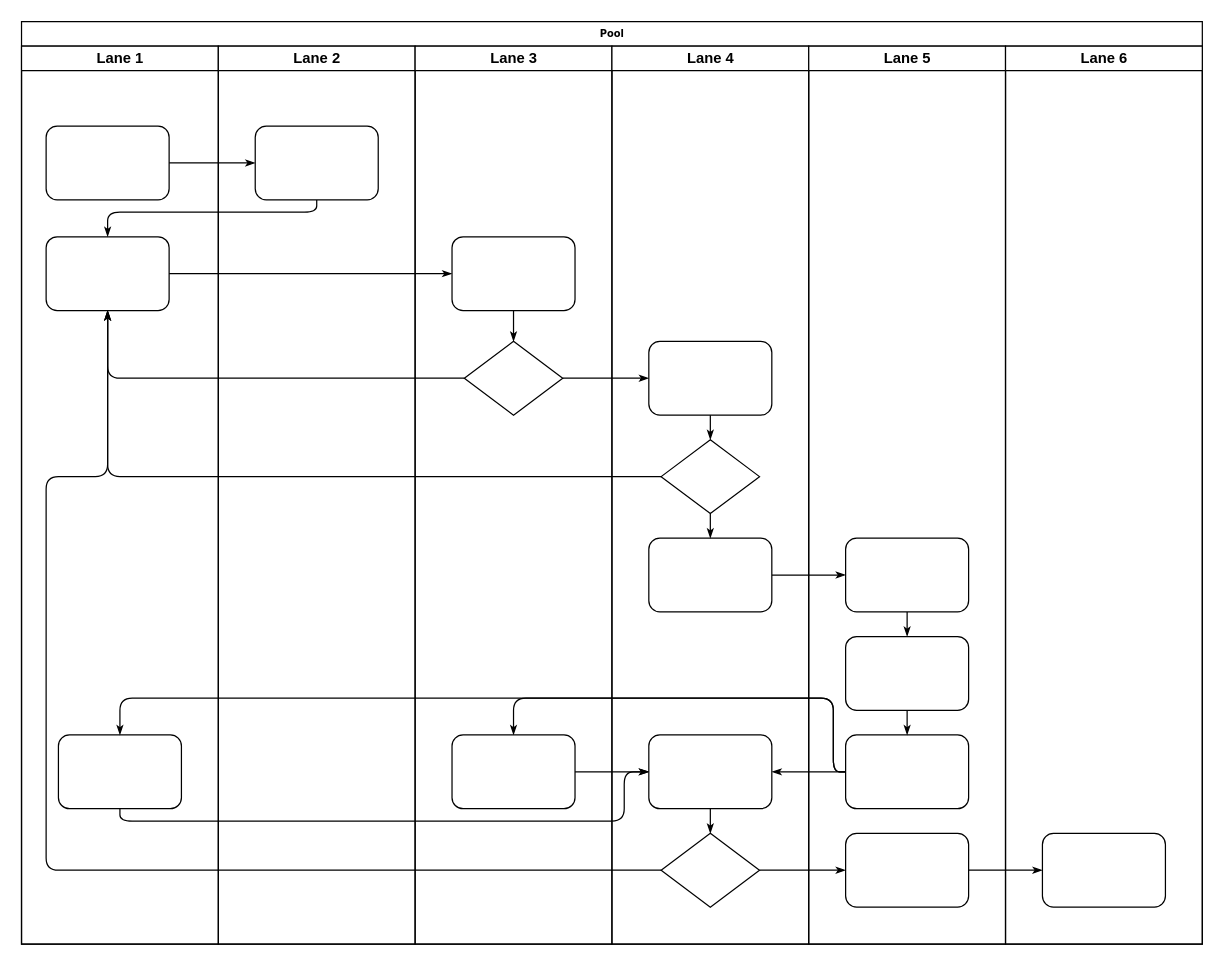
Before: 分销消费续期mq流程图.drawio in aljg1999/flowchart, a draw.io diagram. Source tidied: cells renumbered, new cells numbered last; positions are measured from the earlier drawing's top-left corner, leaving out a move shared by most shapes. Both pictures are drawn from the tidied source at 123%, with x=0, y=0 at pixel (21, 21).
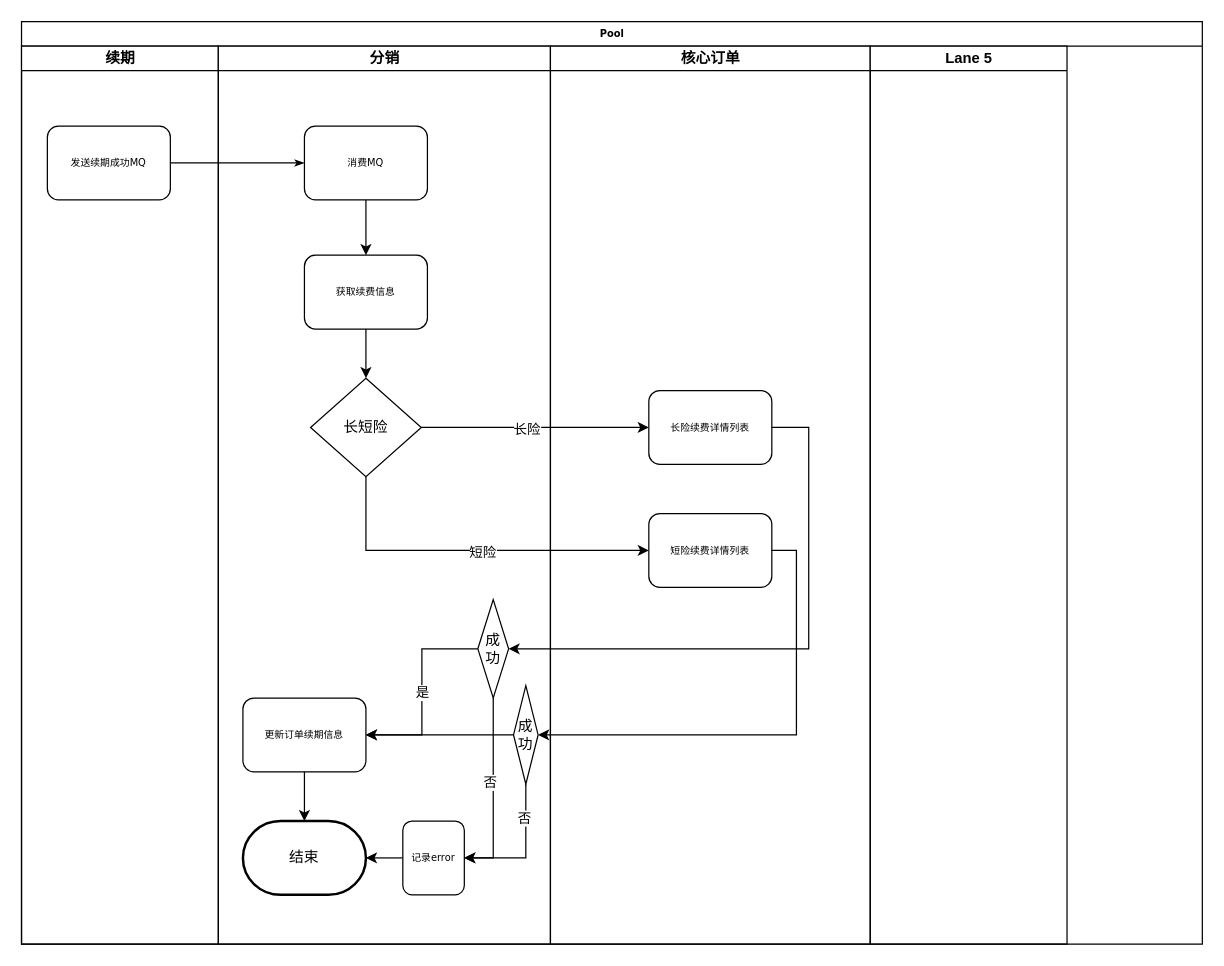
After the change.

Commit message:
Update 分销消费续期mq流程图.drawio

Unchanged cells that the change refers to:
```xml
<mxCell id="2" value="Pool" style="swimlane;html=1;startSize=20;rounded=0;shadow=0;labelBackgroundColor=none;strokeWidth=1;fontFamily=Verdana;fontSize=8;align=center;" parent="1" vertex="1">
  <mxGeometry width="960" height="750" as="geometry" />
</mxCell>
```

The edit, as a diff of the source:
```diff
@@
-    <mxCell id="3" value="Lane 1" style="swimlane;html=1;startSize=20;" parent="2" vertex="1">
+    <mxCell id="3" value="续期" style="swimlane;html=1;startSize=20;" parent="2" vertex="1">
       <mxGeometry y="20" width="160" height="730" as="geometry" />
     </mxCell>
-    <mxCell id="4" style="rounded=1;whiteSpace=wrap;html=1;shadow=0;labelBackgroundColor=none;strokeWidth=1;fontFamily=Verdana;fontSize=8;align=center;" parent="3" vertex="1">
-      <mxGeometry x="20" y="65" width="100" height="60" as="geometry" />
+    <mxCell id="4" value="发送续期成功MQ" style="rounded=1;whiteSpace=wrap;html=1;shadow=0;labelBackgroundColor=none;strokeWidth=1;fontFamily=Verdana;fontSize=8;align=center;" parent="3" vertex="1">
+      <mxGeometry x="21" y="65" width="100" height="60" as="geometry" />
     </mxCell>
+    <mxCell id="7" style="edgeStyle=orthogonalEdgeStyle;rounded=1;html=1;labelBackgroundColor=none;startArrow=none;startFill=0;startSize=5;endArrow=classicThin;endFill=1;endSize=5;jettySize=auto;strokeWidth=1;fontFamily=Verdana;fontSize=8;" parent="2" edge="1" source="4" target="23">
+      <mxGeometry relative="1" as="geometry" />
+    </mxCell>
+    <mxCell id="22" value="分销" style="swimlane;html=1;startSize=20;" parent="2" vertex="1">
+      <mxGeometry x="160" y="20" width="270" height="730" as="geometry" />
+    </mxCell>
+    <mxCell id="8" style="edgeStyle=orthogonalEdgeStyle;rounded=0;jettySize=auto;html=1;exitX=0.5;exitY=1;exitDx=0;exitDy=0;entryX=0.5;entryY=0;entryDx=0;entryDy=0;" parent="22" edge="1" source="23" target="5">
+      <mxGeometry relative="1" as="geometry" />
+    </mxCell>
+    <mxCell id="23" value="消费MQ" style="rounded=1;whiteSpace=wrap;html=1;shadow=0;labelBackgroundColor=none;strokeWidth=1;fontFamily=Verdana;fontSize=8;align=center;" parent="22" vertex="1">
+      <mxGeometry x="70" y="65" width="100" height="60" as="geometry" />
+    </mxCell>
+    <mxCell id="47" style="edgeStyle=orthogonalEdgeStyle;rounded=0;jettySize=auto;html=1;exitX=0.5;exitY=1;exitDx=0;exitDy=0;" parent="22" edge="1" source="5" target="48">
+      <mxGeometry relative="1" as="geometry" />
+    </mxCell>
-    <mxCell id="5" style="rounded=1;whiteSpace=wrap;html=1;shadow=0;labelBackgroundColor=none;strokeWidth=1;fontFamily=Verdana;fontSize=8;align=center;" parent="3" vertex="1">
-      <mxGeometry x="20" y="155" width="100" height="60" as="geometry" />
+    <mxCell id="5" value="获取续费信息" style="rounded=1;whiteSpace=wrap;html=1;shadow=0;labelBackgroundColor=none;strokeWidth=1;fontFamily=Verdana;fontSize=8;align=center;" parent="22" vertex="1">
+      <mxGeometry x="70" y="170" width="100" height="60" as="geometry" />
     </mxCell>
-    <mxCell id="6" style="rounded=1;whiteSpace=wrap;html=1;shadow=0;labelBackgroundColor=none;strokeWidth=1;fontFamily=Verdana;fontSize=8;align=center;" parent="3" vertex="1">
-      <mxGeometry x="30" y="560" width="100" height="60" as="geometry" />
-    </mxCell>
-    <mxCell id="7" style="edgeStyle=orthogonalEdgeStyle;rounded=1;html=1;labelBackgroundColor=none;startArrow=none;startFill=0;startSize=5;endArrow=classicThin;endFill=1;endSize=5;jettySize=auto;strokeWidth=1;fontFamily=Verdana;fontSize=8;" parent="2" edge="1" source="4" target="23">
-      <mxGeometry relative="1" as="geometry" />
-    </mxCell>
-    <mxCell id="8" style="edgeStyle=orthogonalEdgeStyle;rounded=1;html=1;labelBackgroundColor=none;startArrow=none;startFill=0;startSize=5;endArrow=classicThin;endFill=1;endSize=5;jettySize=auto;strokeWidth=1;fontFamily=Verdana;fontSize=8;" parent="2" edge="1" source="23" target="5">
-      <mxGeometry relative="1" as="geometry">
-        <Array as="points">
-          <mxPoint x="240" y="155" />
-          <mxPoint x="70" y="155" />
-        </Array>
-      </mxGeometry>
-    </mxCell>
-    <mxCell id="9" style="edgeStyle=orthogonalEdgeStyle;rounded=1;html=1;labelBackgroundColor=none;startArrow=none;startFill=0;startSize=5;endArrow=classicThin;endFill=1;endSize=5;jettySize=auto;strokeWidth=1;fontFamily=Verdana;fontSize=8;" parent="2" edge="1" source="5" target="25">
-      <mxGeometry relative="1" as="geometry" />
-    </mxCell>
-    <mxCell id="10" style="edgeStyle=orthogonalEdgeStyle;rounded=1;html=1;labelBackgroundColor=none;startArrow=none;startFill=0;startSize=5;endArrow=classicThin;endFill=1;endSize=5;jettySize=auto;strokeWidth=1;fontFamily=Verdana;fontSize=8;" parent="2" edge="1" source="26" target="5">
-      <mxGeometry relative="1" as="geometry" />
-    </mxCell>
-    <mxCell id="11" style="edgeStyle=orthogonalEdgeStyle;rounded=1;html=1;labelBackgroundColor=none;startArrow=none;startFill=0;startSize=5;endArrow=classicThin;endFill=1;endSize=5;jettySize=auto;strokeWidth=1;fontFamily=Verdana;fontSize=8;" parent="2" edge="1" source="31" target="5">
-      <mxGeometry relative="1" as="geometry" />
-    </mxCell>
-    <mxCell id="12" style="edgeStyle=orthogonalEdgeStyle;rounded=1;html=1;labelBackgroundColor=none;startArrow=none;startFill=0;startSize=5;endArrow=classicThin;endFill=1;endSize=5;jettySize=auto;strokeWidth=1;fontFamily=Verdana;fontSize=8;" parent="2" edge="1" source="34" target="5">
-      <mxGeometry relative="1" as="geometry">
-        <Array as="points">
-          <mxPoint x="20" y="690" />
-          <mxPoint x="20" y="370" />
-          <mxPoint x="70" y="370" />
-        </Array>
-      </mxGeometry>
-    </mxCell>
-    <mxCell id="13" style="edgeStyle=orthogonalEdgeStyle;rounded=1;html=1;labelBackgroundColor=none;startArrow=none;startFill=0;startSize=5;endArrow=classicThin;endFill=1;endSize=5;jettySize=auto;strokeWidth=1;fontFamily=Verdana;fontSize=8;" parent="2" edge="1" source="26" target="30">
-      <mxGeometry relative="1" as="geometry" />
-    </mxCell>
-    <mxCell id="14" style="edgeStyle=orthogonalEdgeStyle;rounded=1;html=1;labelBackgroundColor=none;startArrow=none;startFill=0;startSize=5;endArrow=classicThin;endFill=1;endSize=5;jettySize=auto;strokeWidth=1;fontFamily=Verdana;fontSize=8;" parent="2" edge="1" source="34" target="42">
-      <mxGeometry relative="1" as="geometry" />
-    </mxCell>
-    <mxCell id="15" style="edgeStyle=orthogonalEdgeStyle;rounded=1;html=1;labelBackgroundColor=none;startArrow=none;startFill=0;startSize=5;endArrow=classicThin;endFill=1;endSize=5;jettySize=auto;strokeWidth=1;fontFamily=Verdana;fontSize=8;" parent="2" edge="1" source="42" target="46">
-      <mxGeometry relative="1" as="geometry" />
-    </mxCell>
-    <mxCell id="16" style="edgeStyle=orthogonalEdgeStyle;rounded=1;html=1;labelBackgroundColor=none;startArrow=none;startFill=0;startSize=5;endArrow=classicThin;endFill=1;endSize=5;jettySize=auto;strokeWidth=1;fontFamily=Verdana;fontSize=8;" parent="2" edge="1" source="32" target="39">
-      <mxGeometry relative="1" as="geometry" />
-    </mxCell>
-    <mxCell id="17" style="edgeStyle=orthogonalEdgeStyle;rounded=1;html=1;labelBackgroundColor=none;startArrow=none;startFill=0;startSize=5;endArrow=classicThin;endFill=1;endSize=5;jettySize=auto;strokeWidth=1;fontFamily=Verdana;fontSize=8;" parent="2" edge="1" source="41" target="27">
-      <mxGeometry relative="1" as="geometry">
-        <Array as="points">
-          <mxPoint x="660" y="610" />
-          <mxPoint x="660" y="550" />
-          <mxPoint x="400" y="550" />
-        </Array>
-      </mxGeometry>
-    </mxCell>
-    <mxCell id="18" style="edgeStyle=orthogonalEdgeStyle;rounded=1;html=1;labelBackgroundColor=none;startArrow=none;startFill=0;startSize=5;endArrow=classicThin;endFill=1;endSize=5;jettySize=auto;strokeColor=#000000;strokeWidth=1;fontFamily=Verdana;fontSize=8;fontColor=#000000;" parent="2" edge="1" source="41" target="33">
-      <mxGeometry relative="1" as="geometry" />
-    </mxCell>
-    <mxCell id="19" style="edgeStyle=orthogonalEdgeStyle;rounded=1;html=1;labelBackgroundColor=none;startArrow=none;startFill=0;startSize=5;endArrow=classicThin;endFill=1;endSize=5;jettySize=auto;strokeWidth=1;fontFamily=Verdana;fontSize=8;" parent="2" edge="1" source="41" target="6">
-      <mxGeometry relative="1" as="geometry">
-        <Array as="points">
-          <mxPoint x="660" y="610" />
-          <mxPoint x="660" y="550" />
-          <mxPoint x="80" y="550" />
-        </Array>
-      </mxGeometry>
-    </mxCell>
-    <mxCell id="20" style="edgeStyle=orthogonalEdgeStyle;rounded=1;html=1;labelBackgroundColor=none;startArrow=none;startFill=0;startSize=5;endArrow=classicThin;endFill=1;endSize=5;jettySize=auto;strokeWidth=1;fontFamily=Verdana;fontSize=8;" parent="2" edge="1" source="6" target="33">
-      <mxGeometry relative="1" as="geometry">
-        <Array as="points">
-          <mxPoint x="80" y="650" />
-          <mxPoint x="490" y="650" />
-          <mxPoint x="490" y="610" />
-        </Array>
-      </mxGeometry>
-    </mxCell>
-    <mxCell id="21" style="edgeStyle=orthogonalEdgeStyle;rounded=1;html=1;labelBackgroundColor=none;startArrow=none;startFill=0;startSize=5;endArrow=classicThin;endFill=1;endSize=5;jettySize=auto;strokeWidth=1;fontFamily=Verdana;fontSize=8;" parent="2" edge="1" source="27" target="33">
-      <mxGeometry relative="1" as="geometry" />
-    </mxCell>
-    <mxCell id="22" value="Lane 2" style="swimlane;html=1;startSize=20;" parent="2" vertex="1">
-      <mxGeometry x="160" y="20" width="160" height="730" as="geometry" />
-    </mxCell>
-    <mxCell id="23" style="rounded=1;whiteSpace=wrap;html=1;shadow=0;labelBackgroundColor=none;strokeWidth=1;fontFamily=Verdana;fontSize=8;align=center;" parent="22" vertex="1">
-      <mxGeometry x="30" y="65" width="100" height="60" as="geometry" />
-    </mxCell>
+    <mxCell id="48" value="长短险" style="rhombus;whiteSpace=wrap;html=1;" parent="22" vertex="1">
+      <mxGeometry x="75" y="270" width="90" height="80" as="geometry" />
+    </mxCell>
+    <mxCell id="49" style="edgeStyle=orthogonalEdgeStyle;rounded=0;jettySize=auto;html=1;exitX=0.5;exitY=1;exitDx=0;exitDy=0;" parent="22" edge="1" source="50" target="51">
+      <mxGeometry relative="1" as="geometry" />
+    </mxCell>
+    <mxCell id="50" value="更新订单续期信息" style="rounded=1;whiteSpace=wrap;html=1;shadow=0;labelBackgroundColor=none;strokeWidth=1;fontFamily=Verdana;fontSize=8;align=center;" parent="22" vertex="1">
+      <mxGeometry x="20" y="530" width="100" height="60" as="geometry" />
+    </mxCell>
+    <mxCell id="51" value="结束" style="strokeWidth=2;html=1;shape=mxgraph.flowchart.terminator;whiteSpace=wrap;" parent="22" vertex="1">
+      <mxGeometry x="20" y="630" width="100" height="60" as="geometry" />
+    </mxCell>
+    <mxCell id="52" value="是" style="edgeStyle=orthogonalEdgeStyle;rounded=0;jettySize=auto;html=1;exitX=0;exitY=0.5;exitDx=0;exitDy=0;entryX=1;entryY=0.5;entryDx=0;entryDy=0;" parent="22" edge="1" source="55" target="50">
+      <mxGeometry relative="1" as="geometry" />
+    </mxCell>
+    <mxCell id="53" style="edgeStyle=orthogonalEdgeStyle;rounded=0;jettySize=auto;html=1;exitX=0.5;exitY=1;exitDx=0;exitDy=0;entryX=1;entryY=0.5;entryDx=0;entryDy=0;" parent="22" edge="1" source="55" target="60">
+      <mxGeometry relative="1" as="geometry" />
+    </mxCell>
+    <mxCell id="54" value="否" style="edgeLabel;html=1;align=center;verticalAlign=middle;" parent="53" vertex="1">
+      <mxGeometry x="-0.11" y="-3" relative="1" as="geometry" />
+    </mxCell>
+    <mxCell id="55" value="成功" style="rhombus;whiteSpace=wrap;html=1;" parent="22" vertex="1">
+      <mxGeometry x="211" y="450" width="25" height="80" as="geometry" />
+    </mxCell>
+    <mxCell id="56" style="edgeStyle=orthogonalEdgeStyle;rounded=0;jettySize=auto;html=1;exitX=0.5;exitY=1;exitDx=0;exitDy=0;entryX=1;entryY=0.5;entryDx=0;entryDy=0;" parent="22" edge="1" source="58" target="60">
+      <mxGeometry relative="1" as="geometry" />
+    </mxCell>
+    <mxCell id="57" value="否" style="edgeLabel;html=1;align=center;verticalAlign=middle;" parent="56" vertex="1">
+      <mxGeometry x="-0.51" y="-2" relative="1" as="geometry" />
+    </mxCell>
+    <mxCell id="58" value="成功" style="rhombus;whiteSpace=wrap;html=1;" parent="22" vertex="1">
+      <mxGeometry x="240" y="520" width="20" height="80" as="geometry" />
+    </mxCell>
+    <mxCell id="59" style="edgeStyle=orthogonalEdgeStyle;rounded=0;jettySize=auto;html=1;exitX=0;exitY=0.5;exitDx=0;exitDy=0;entryX=1;entryY=0.5;entryDx=0;entryDy=0;entryPerimeter=0;" parent="22" edge="1" source="60" target="51">
+      <mxGeometry relative="1" as="geometry" />
+    </mxCell>
+    <mxCell id="60" value="记录error" style="rounded=1;whiteSpace=wrap;html=1;shadow=0;labelBackgroundColor=none;strokeWidth=1;fontFamily=Verdana;fontSize=8;align=center;" parent="22" vertex="1">
+      <mxGeometry x="150" y="630" width="50" height="60" as="geometry" />
+    </mxCell>
-    <mxCell id="24" value="Lane 3" style="swimlane;html=1;startSize=20;" parent="2" vertex="1">
-      <mxGeometry x="320" y="20" width="160" height="730" as="geometry" />
+    <mxCell id="24" value="核心订单" style="swimlane;html=1;startSize=20;" parent="2" vertex="1">
+      <mxGeometry x="430" y="20" width="260" height="730" as="geometry" />
     </mxCell>
-    <mxCell id="25" style="rounded=1;whiteSpace=wrap;html=1;shadow=0;labelBackgroundColor=none;strokeWidth=1;fontFamily=Verdana;fontSize=8;align=center;" parent="24" vertex="1">
-      <mxGeometry x="30" y="155" width="100" height="60" as="geometry" />
+    <mxCell id="25" value="长险续费详情列表" style="rounded=1;whiteSpace=wrap;html=1;shadow=0;labelBackgroundColor=none;strokeWidth=1;fontFamily=Verdana;fontSize=8;align=center;" parent="24" vertex="1">
+      <mxGeometry x="80" y="280" width="100" height="60" as="geometry" />
     </mxCell>
-    <mxCell id="26" style="rhombus;whiteSpace=wrap;html=1;rounded=0;shadow=0;labelBackgroundColor=none;strokeWidth=1;fontFamily=Verdana;fontSize=8;align=center;" parent="24" vertex="1">
-      <mxGeometry x="40" y="240" width="80" height="60" as="geometry" />
-    </mxCell>
-    <mxCell id="27" style="rounded=1;whiteSpace=wrap;html=1;shadow=0;labelBackgroundColor=none;strokeWidth=1;fontFamily=Verdana;fontSize=8;align=center;" parent="24" vertex="1">
-      <mxGeometry x="30" y="560" width="100" height="60" as="geometry" />
-    </mxCell>
-    <mxCell id="28" style="edgeStyle=orthogonalEdgeStyle;rounded=1;html=1;labelBackgroundColor=none;startArrow=none;startFill=0;startSize=5;endArrow=classicThin;endFill=1;endSize=5;jettySize=auto;strokeWidth=1;fontFamily=Verdana;fontSize=8;" parent="24" edge="1" source="25" target="26">
-      <mxGeometry relative="1" as="geometry" />
-    </mxCell>
-    <mxCell id="29" value="Lane 4" style="swimlane;html=1;startSize=20;" parent="2" vertex="1">
-      <mxGeometry x="480" y="20" width="160" height="730" as="geometry" />
-    </mxCell>
-    <mxCell id="30" style="rounded=1;whiteSpace=wrap;html=1;shadow=0;labelBackgroundColor=none;strokeWidth=1;fontFamily=Verdana;fontSize=8;align=center;" parent="29" vertex="1">
-      <mxGeometry x="30" y="240" width="100" height="60" as="geometry" />
-    </mxCell>
-    <mxCell id="31" style="rhombus;whiteSpace=wrap;html=1;rounded=0;shadow=0;labelBackgroundColor=none;strokeWidth=1;fontFamily=Verdana;fontSize=8;align=center;" parent="29" vertex="1">
-      <mxGeometry x="40" y="320" width="80" height="60" as="geometry" />
-    </mxCell>
-    <mxCell id="32" style="rounded=1;whiteSpace=wrap;html=1;shadow=0;labelBackgroundColor=none;strokeWidth=1;fontFamily=Verdana;fontSize=8;align=center;" parent="29" vertex="1">
-      <mxGeometry x="30" y="400" width="100" height="60" as="geometry" />
-    </mxCell>
-    <mxCell id="33" style="rounded=1;whiteSpace=wrap;html=1;shadow=0;labelBackgroundColor=none;strokeWidth=1;fontFamily=Verdana;fontSize=8;align=center;" parent="29" vertex="1">
-      <mxGeometry x="30" y="560" width="100" height="60" as="geometry" />
-    </mxCell>
-    <mxCell id="34" style="rhombus;whiteSpace=wrap;html=1;rounded=0;shadow=0;labelBackgroundColor=none;strokeWidth=1;fontFamily=Verdana;fontSize=8;align=center;" parent="29" vertex="1">
-      <mxGeometry x="40" y="640" width="80" height="60" as="geometry" />
-    </mxCell>
-    <mxCell id="35" style="edgeStyle=orthogonalEdgeStyle;rounded=1;html=1;labelBackgroundColor=none;startArrow=none;startFill=0;startSize=5;endArrow=classicThin;endFill=1;endSize=5;jettySize=auto;strokeColor=#000000;strokeWidth=1;fontFamily=Verdana;fontSize=8;fontColor=#000000;" parent="29" edge="1" source="30" target="31">
-      <mxGeometry relative="1" as="geometry" />
-    </mxCell>
-    <mxCell id="36" style="edgeStyle=orthogonalEdgeStyle;rounded=1;html=1;labelBackgroundColor=none;startArrow=none;startFill=0;startSize=5;endArrow=classicThin;endFill=1;endSize=5;jettySize=auto;strokeWidth=1;fontFamily=Verdana;fontSize=8;" parent="29" edge="1" source="31" target="32">
-      <mxGeometry relative="1" as="geometry" />
-    </mxCell>
-    <mxCell id="37" style="edgeStyle=orthogonalEdgeStyle;rounded=1;html=1;labelBackgroundColor=none;startArrow=none;startFill=0;startSize=5;endArrow=classicThin;endFill=1;endSize=5;jettySize=auto;strokeWidth=1;fontFamily=Verdana;fontSize=8;" parent="29" edge="1" source="33" target="34">
-      <mxGeometry relative="1" as="geometry" />
-    </mxCell>
+    <mxCell id="61" value="短险续费详情列表" style="rounded=1;whiteSpace=wrap;html=1;shadow=0;labelBackgroundColor=none;strokeWidth=1;fontFamily=Verdana;fontSize=8;align=center;" parent="24" vertex="1">
+      <mxGeometry x="80" y="380" width="100" height="60" as="geometry" />
+    </mxCell>
     <mxCell id="38" value="Lane 5" style="swimlane;html=1;startSize=20;" parent="2" vertex="1">
-      <mxGeometry x="640" y="20" width="160" height="730" as="geometry" />
+      <mxGeometry x="690" y="20" width="160" height="730" as="geometry" />
     </mxCell>
-    <mxCell id="39" style="rounded=1;whiteSpace=wrap;html=1;shadow=0;labelBackgroundColor=none;strokeWidth=1;fontFamily=Verdana;fontSize=8;align=center;" parent="38" vertex="1">
-      <mxGeometry x="30" y="400" width="100" height="60" as="geometry" />
-    </mxCell>
-    <mxCell id="40" style="rounded=1;whiteSpace=wrap;html=1;shadow=0;labelBackgroundColor=none;strokeWidth=1;fontFamily=Verdana;fontSize=8;align=center;" parent="38" vertex="1">
-      <mxGeometry x="30" y="480" width="100" height="60" as="geometry" />
-    </mxCell>
-    <mxCell id="41" style="rounded=1;whiteSpace=wrap;html=1;shadow=0;labelBackgroundColor=none;strokeWidth=1;fontFamily=Verdana;fontSize=8;align=center;" parent="38" vertex="1">
-      <mxGeometry x="30" y="560" width="100" height="60" as="geometry" />
-    </mxCell>
-    <mxCell id="42" style="rounded=1;whiteSpace=wrap;html=1;shadow=0;labelBackgroundColor=none;strokeWidth=1;fontFamily=Verdana;fontSize=8;align=center;" parent="38" vertex="1">
-      <mxGeometry x="30" y="640" width="100" height="60" as="geometry" />
-    </mxCell>
-    <mxCell id="43" style="edgeStyle=orthogonalEdgeStyle;rounded=1;html=1;labelBackgroundColor=none;startArrow=none;startFill=0;startSize=5;endArrow=classicThin;endFill=1;endSize=5;jettySize=auto;strokeWidth=1;fontFamily=Verdana;fontSize=8;" parent="38" edge="1" source="39" target="40">
-      <mxGeometry relative="1" as="geometry" />
-    </mxCell>
-    <mxCell id="44" style="edgeStyle=orthogonalEdgeStyle;rounded=1;html=1;labelBackgroundColor=none;startArrow=none;startFill=0;startSize=5;endArrow=classicThin;endFill=1;endSize=5;jettySize=auto;strokeWidth=1;fontFamily=Verdana;fontSize=8;" parent="38" edge="1" source="40" target="41">
-      <mxGeometry relative="1" as="geometry" />
-    </mxCell>
-    <mxCell id="45" value="Lane 6" style="swimlane;html=1;startSize=20;" parent="2" vertex="1">
-      <mxGeometry x="800" y="20" width="160" height="730" as="geometry" />
-    </mxCell>
-    <mxCell id="46" style="rounded=1;whiteSpace=wrap;html=1;shadow=0;labelBackgroundColor=none;strokeWidth=1;fontFamily=Verdana;fontSize=8;align=center;" parent="45" vertex="1">
-      <mxGeometry x="30" y="640" width="100" height="60" as="geometry" />
-    </mxCell>
+    <mxCell id="62" style="edgeStyle=orthogonalEdgeStyle;rounded=0;jettySize=auto;html=1;exitX=1;exitY=0.5;exitDx=0;exitDy=0;entryX=0;entryY=0.5;entryDx=0;entryDy=0;" parent="2" edge="1" source="48" target="25">
+      <mxGeometry relative="1" as="geometry" />
+    </mxCell>
+    <mxCell id="63" value="长险" style="edgeLabel;html=1;align=center;verticalAlign=middle;" parent="62" vertex="1">
+      <mxGeometry x="-0.08" y="-1" relative="1" as="geometry" />
+    </mxCell>
+    <mxCell id="64" style="edgeStyle=orthogonalEdgeStyle;rounded=0;jettySize=auto;html=1;exitX=0.5;exitY=1;exitDx=0;exitDy=0;entryX=0;entryY=0.5;entryDx=0;entryDy=0;" parent="2" edge="1" source="48" target="61">
+      <mxGeometry relative="1" as="geometry" />
+    </mxCell>
+    <mxCell id="65" value="短险" style="edgeLabel;html=1;align=center;verticalAlign=middle;" parent="64" vertex="1">
+      <mxGeometry x="0.06" y="-1" relative="1" as="geometry" />
+    </mxCell>
+    <mxCell id="66" style="edgeStyle=orthogonalEdgeStyle;rounded=0;jettySize=auto;html=1;exitX=1;exitY=0.5;exitDx=0;exitDy=0;entryX=1;entryY=0.5;entryDx=0;entryDy=0;" parent="2" edge="1" source="25" target="55">
+      <mxGeometry relative="1" as="geometry">
+        <Array as="points">
+          <mxPoint x="640" y="330" />
+          <mxPoint x="640" y="510" />
+        </Array>
+      </mxGeometry>
+    </mxCell>
+    <mxCell id="67" style="edgeStyle=orthogonalEdgeStyle;rounded=0;jettySize=auto;html=1;exitX=1;exitY=0.5;exitDx=0;exitDy=0;entryX=1;entryY=0.5;entryDx=0;entryDy=0;" parent="2" edge="1" source="61" target="58">
+      <mxGeometry relative="1" as="geometry" />
+    </mxCell>
+    <mxCell id="68" style="edgeStyle=orthogonalEdgeStyle;rounded=0;jettySize=auto;html=1;exitX=0;exitY=0.5;exitDx=0;exitDy=0;" parent="1" edge="1" source="58">
+      <mxGeometry relative="1" as="geometry">
+        <mxPoint x="280" y="580" as="targetPoint" />
+      </mxGeometry>
+    </mxCell>
```
